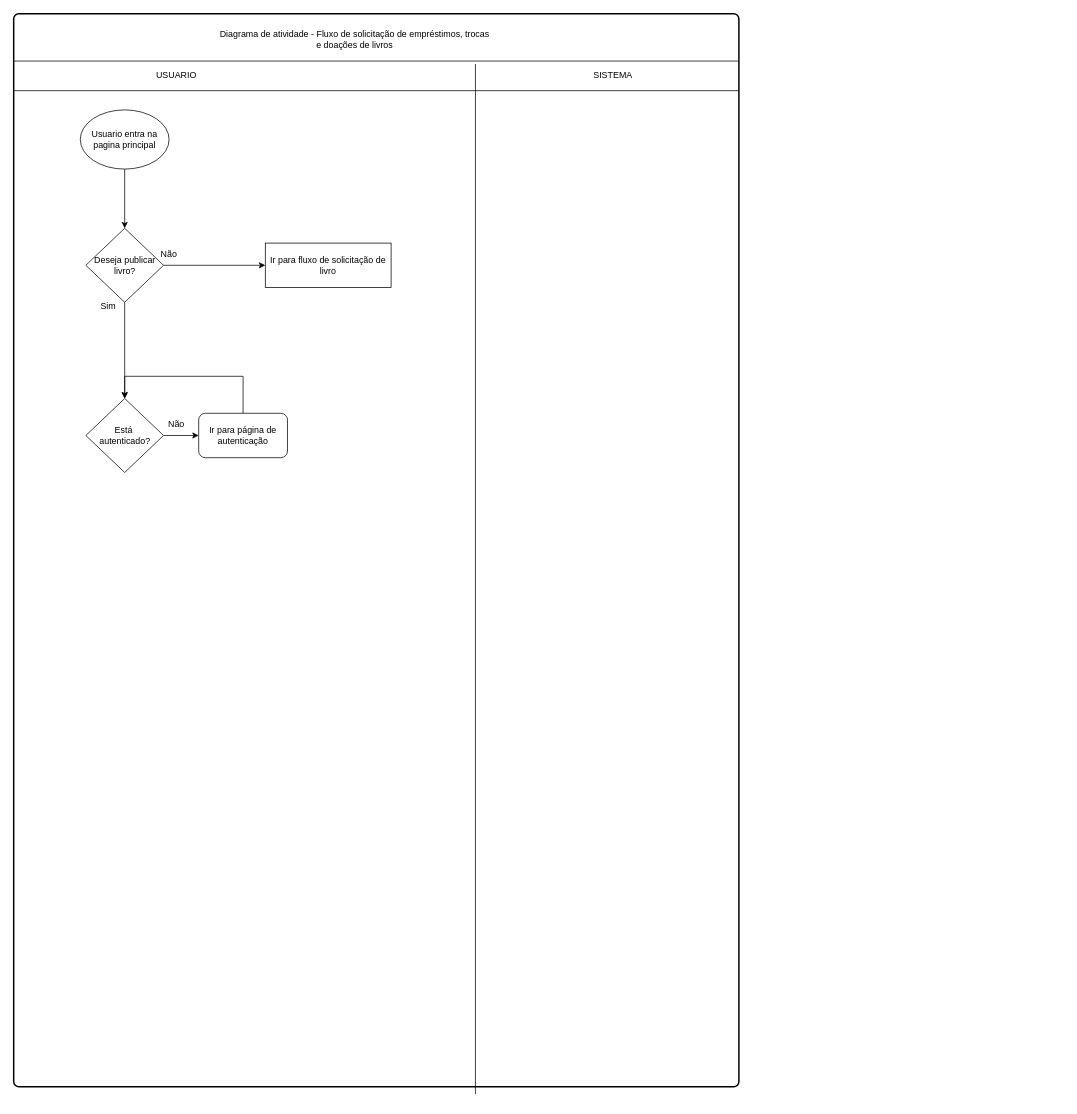
Before: page "Diagrama_Atividade_Solicitar_livro" (4 of 4) of Diagramas/Diagramas.drawio in Raphael0305/Fatec-PI, a draw.io diagram. Source tidied: cells renumbered, new cells numbered last; positions are measured from the earlier drawing's top-left corner, leaving out a move shared by most shapes. Both pictures are drawn from the tidied source at 74%, with x=0, y=0 at pixel (13, 13).
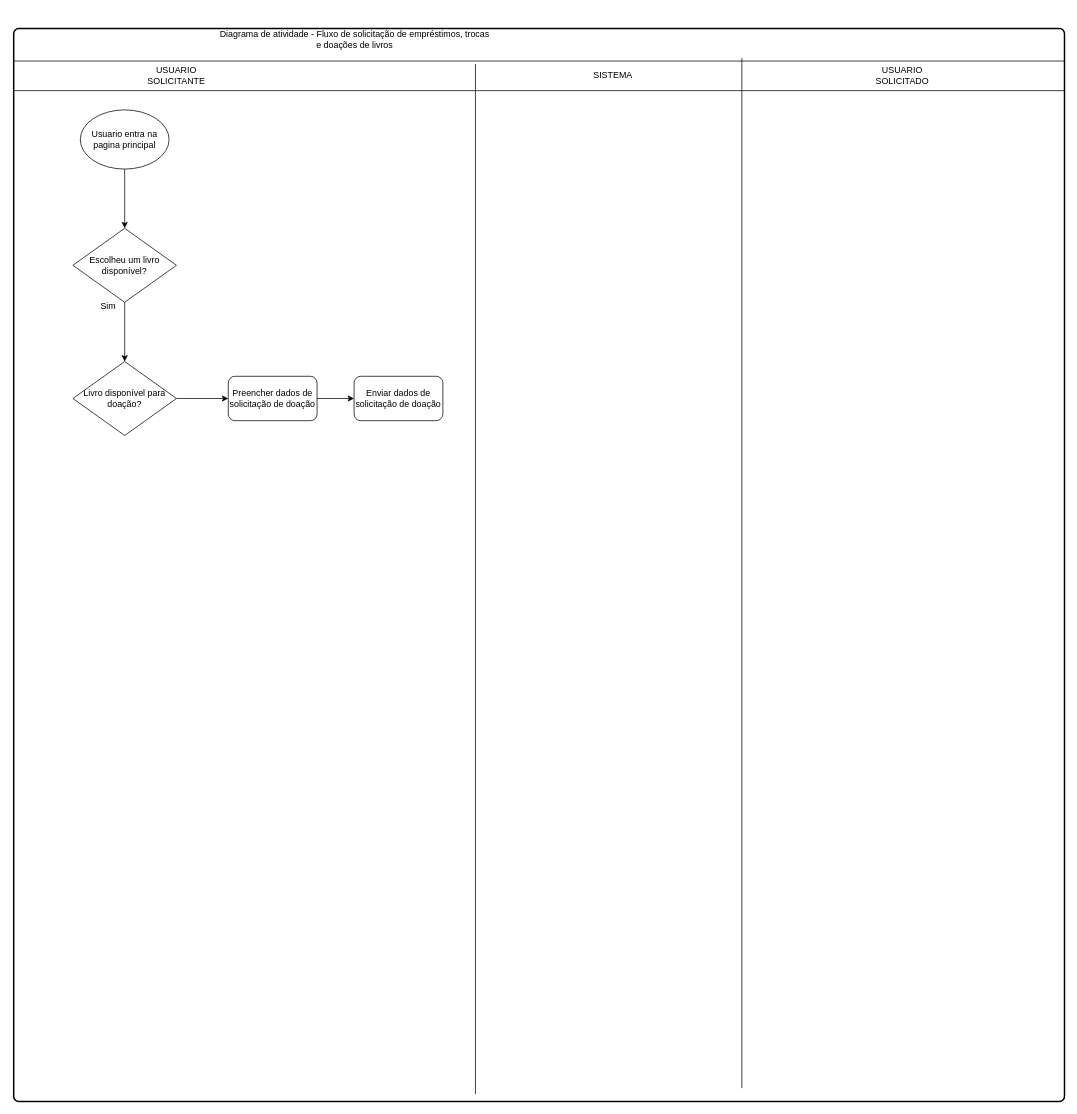
After the change.

The change refers to these unchanged cells:
```xml
<mxCell id="4" value="Usuario entra na pagina principal" style="ellipse;whiteSpace=wrap;html=1;" parent="1" vertex="1">
  <mxGeometry x="90" y="130" width="120" height="80" as="geometry" />
</mxCell>
```

The edit, as a diff of the source:
```diff
@@
     <mxCell id="2" style="rounded=1;whiteSpace=wrap;html=1;absoluteArcSize=1;arcSize=14;strokeWidth=2;" parent="1" vertex="1">
-      <mxGeometry width="980" height="1450" as="geometry" />
+      <mxGeometry y="20" width="1420" height="1450" as="geometry" />
     </mxCell>
-    <mxCell id="3" style="edgeStyle=orthogonalEdgeStyle;rounded=0;jettySize=auto;html=1;exitX=0.5;exitY=1;exitDx=0;exitDy=0;" parent="1" edge="1" source="4" target="7">
-      <mxGeometry relative="1" as="geometry" />
+    <mxCell id="3" style="edgeStyle=orthogonalEdgeStyle;rounded=0;jettySize=auto;html=1;exitX=0.5;exitY=1;exitDx=0;exitDy=0;" parent="1" edge="1" source="4">
+      <mxGeometry relative="1" as="geometry">
+        <mxPoint x="150" y="290" as="targetPoint" />
+      </mxGeometry>
     </mxCell>
@@
-    <mxCell id="5" style="edgeStyle=orthogonalEdgeStyle;rounded=0;jettySize=auto;html=1;entryX=0.5;entryY=0;entryDx=0;entryDy=0;" parent="1" edge="1" source="7" target="9">
-      <mxGeometry relative="1" as="geometry" />
-    </mxCell>
-    <mxCell id="6" style="edgeStyle=orthogonalEdgeStyle;rounded=0;jettySize=auto;html=1;exitX=1;exitY=0.5;exitDx=0;exitDy=0;entryX=0;entryY=0.5;entryDx=0;entryDy=0;" parent="1" edge="1" source="7" target="21">
-      <mxGeometry relative="1" as="geometry" />
-    </mxCell>
-    <mxCell id="7" value="Deseja publicar livro?" style="rhombus;whiteSpace=wrap;html=1;" parent="1" vertex="1">
-      <mxGeometry x="97.5" y="290" width="105" height="100" as="geometry" />
-    </mxCell>
-    <mxCell id="8" style="edgeStyle=orthogonalEdgeStyle;rounded=0;jettySize=auto;html=1;exitX=1;exitY=0.5;exitDx=0;exitDy=0;entryX=0;entryY=0.5;entryDx=0;entryDy=0;" parent="1" edge="1" source="9" target="11">
-      <mxGeometry relative="1" as="geometry" />
-    </mxCell>
-    <mxCell id="9" value="Está&amp;nbsp;&lt;div&gt;autenticado?&lt;/div&gt;" style="rhombus;whiteSpace=wrap;html=1;" parent="1" vertex="1">
-      <mxGeometry x="97.5" y="520" width="105" height="100" as="geometry" />
-    </mxCell>
-    <mxCell id="10" style="edgeStyle=orthogonalEdgeStyle;rounded=0;jettySize=auto;html=1;exitX=0.5;exitY=0;exitDx=0;exitDy=0;entryX=0.5;entryY=0;entryDx=0;entryDy=0;" parent="1" edge="1" source="11" target="9">
-      <mxGeometry relative="1" as="geometry">
-        <Array as="points">
-          <mxPoint x="310" y="490" />
-          <mxPoint x="150" y="490" />
-        </Array>
-      </mxGeometry>
-    </mxCell>
-    <mxCell id="11" value="Ir para página de autenticação" style="rounded=1;whiteSpace=wrap;html=1;" parent="1" vertex="1">
-      <mxGeometry x="250" y="540" width="120" height="60" as="geometry" />
-    </mxCell>
-    <mxCell id="12" value="Não" style="text;html=1;align=center;verticalAlign=middle;whiteSpace=wrap;rounded=0;" parent="1" vertex="1">
-      <mxGeometry x="190" y="540" width="60" height="30" as="geometry" />
-    </mxCell>
-    <mxCell id="13" value="Sim" style="text;html=1;align=center;verticalAlign=middle;whiteSpace=wrap;rounded=0;" parent="1" vertex="1">
-      <mxGeometry x="97.5" y="380" width="60" height="30" as="geometry" />
-    </mxCell>
     <mxCell id="14" style="line;strokeWidth=1;fillColor=none;align=left;verticalAlign=middle;spacingTop=-1;spacingLeft=3;spacingRight=3;labelPosition=right;strokeColor=inherit;" parent="1" vertex="1">
-      <mxGeometry y="60" width="980" height="8" as="geometry" />
+      <mxGeometry y="60" width="1420" height="8" as="geometry" />
     </mxCell>
     <mxCell id="15" style="line;strokeWidth=1;fillColor=none;align=left;verticalAlign=middle;spacingTop=-1;spacingLeft=3;spacingRight=3;labelPosition=right;strokeColor=inherit;" parent="1" vertex="1">
-      <mxGeometry y="100" width="980" height="8" as="geometry" />
+      <mxGeometry y="100" width="1420" height="8" as="geometry" />
     </mxCell>
@@
-    <mxCell id="18" value="USUARIO" style="text;html=1;align=center;verticalAlign=middle;whiteSpace=wrap;rounded=0;" parent="1" vertex="1">
+    <mxCell id="18" value="USUARIO SOLICITANTE" style="text;html=1;align=center;verticalAlign=middle;whiteSpace=wrap;rounded=0;" parent="1" vertex="1">
       <mxGeometry x="190" y="68" width="60" height="30" as="geometry" />
     </mxCell>
@@
-    <mxCell id="20" value="Não" style="text;html=1;align=center;verticalAlign=middle;whiteSpace=wrap;rounded=0;" parent="1" vertex="1">
-      <mxGeometry x="180" y="310" width="60" height="30" as="geometry" />
-    </mxCell>
-    <mxCell id="21" value="Ir para fluxo de solicitação de livro" style="rounded=0;whiteSpace=wrap;html=1;" parent="1" vertex="1">
-      <mxGeometry x="340" y="310" width="170" height="60" as="geometry" />
-    </mxCell>
+    <mxCell id="22" style="edgeStyle=orthogonalEdgeStyle;rounded=0;jettySize=auto;html=1;exitX=0.5;exitY=1;exitDx=0;exitDy=0;" parent="1" edge="1" source="23" target="25">
+      <mxGeometry relative="1" as="geometry" />
+    </mxCell>
+    <mxCell id="23" value="Escolheu um livro disponível?" style="rhombus;whiteSpace=wrap;html=1;" parent="1" vertex="1">
+      <mxGeometry x="80" y="290" width="140" height="100" as="geometry" />
+    </mxCell>
+    <mxCell id="24" style="edgeStyle=orthogonalEdgeStyle;rounded=0;jettySize=auto;html=1;exitX=1;exitY=0.5;exitDx=0;exitDy=0;entryX=0;entryY=0.5;entryDx=0;entryDy=0;" parent="1" edge="1" source="25" target="28">
+      <mxGeometry relative="1" as="geometry" />
+    </mxCell>
+    <mxCell id="25" value="Livro disponível para doação?" style="rhombus;whiteSpace=wrap;html=1;" parent="1" vertex="1">
+      <mxGeometry x="80" y="470" width="140" height="100" as="geometry" />
+    </mxCell>
+    <mxCell id="13" value="Sim" style="text;html=1;align=center;verticalAlign=middle;whiteSpace=wrap;rounded=0;" parent="1" vertex="1">
+      <mxGeometry x="97.5" y="380" width="60" height="30" as="geometry" />
+    </mxCell>
+    <mxCell id="26" value="Enviar dados de solicitação de doação" style="rounded=1;whiteSpace=wrap;html=1;" parent="1" vertex="1">
+      <mxGeometry x="460" y="490" width="120" height="60" as="geometry" />
+    </mxCell>
+    <mxCell id="27" style="edgeStyle=orthogonalEdgeStyle;rounded=0;jettySize=auto;html=1;exitX=1;exitY=0.5;exitDx=0;exitDy=0;entryX=0;entryY=0.5;entryDx=0;entryDy=0;" parent="1" edge="1" source="28" target="26">
+      <mxGeometry relative="1" as="geometry" />
+    </mxCell>
+    <mxCell id="28" value="Preencher dados de solicitação de doação" style="rounded=1;whiteSpace=wrap;html=1;" parent="1" vertex="1">
+      <mxGeometry x="290" y="490" width="120" height="60" as="geometry" />
+    </mxCell>
+    <mxCell id="29" style="line;strokeWidth=1;fillColor=none;align=left;verticalAlign=middle;spacingTop=-1;spacingLeft=3;spacingRight=3;labelPosition=right;strokeColor=inherit;direction=south;" parent="1" vertex="1">
+      <mxGeometry x="980" y="60" width="8" height="1392" as="geometry" />
+    </mxCell>
+    <mxCell id="30" value="USUARIO SOLICITADO" style="text;html=1;align=center;verticalAlign=middle;whiteSpace=wrap;rounded=0;" parent="1" vertex="1">
+      <mxGeometry x="1171" y="68" width="60" height="30" as="geometry" />
+    </mxCell>
```
